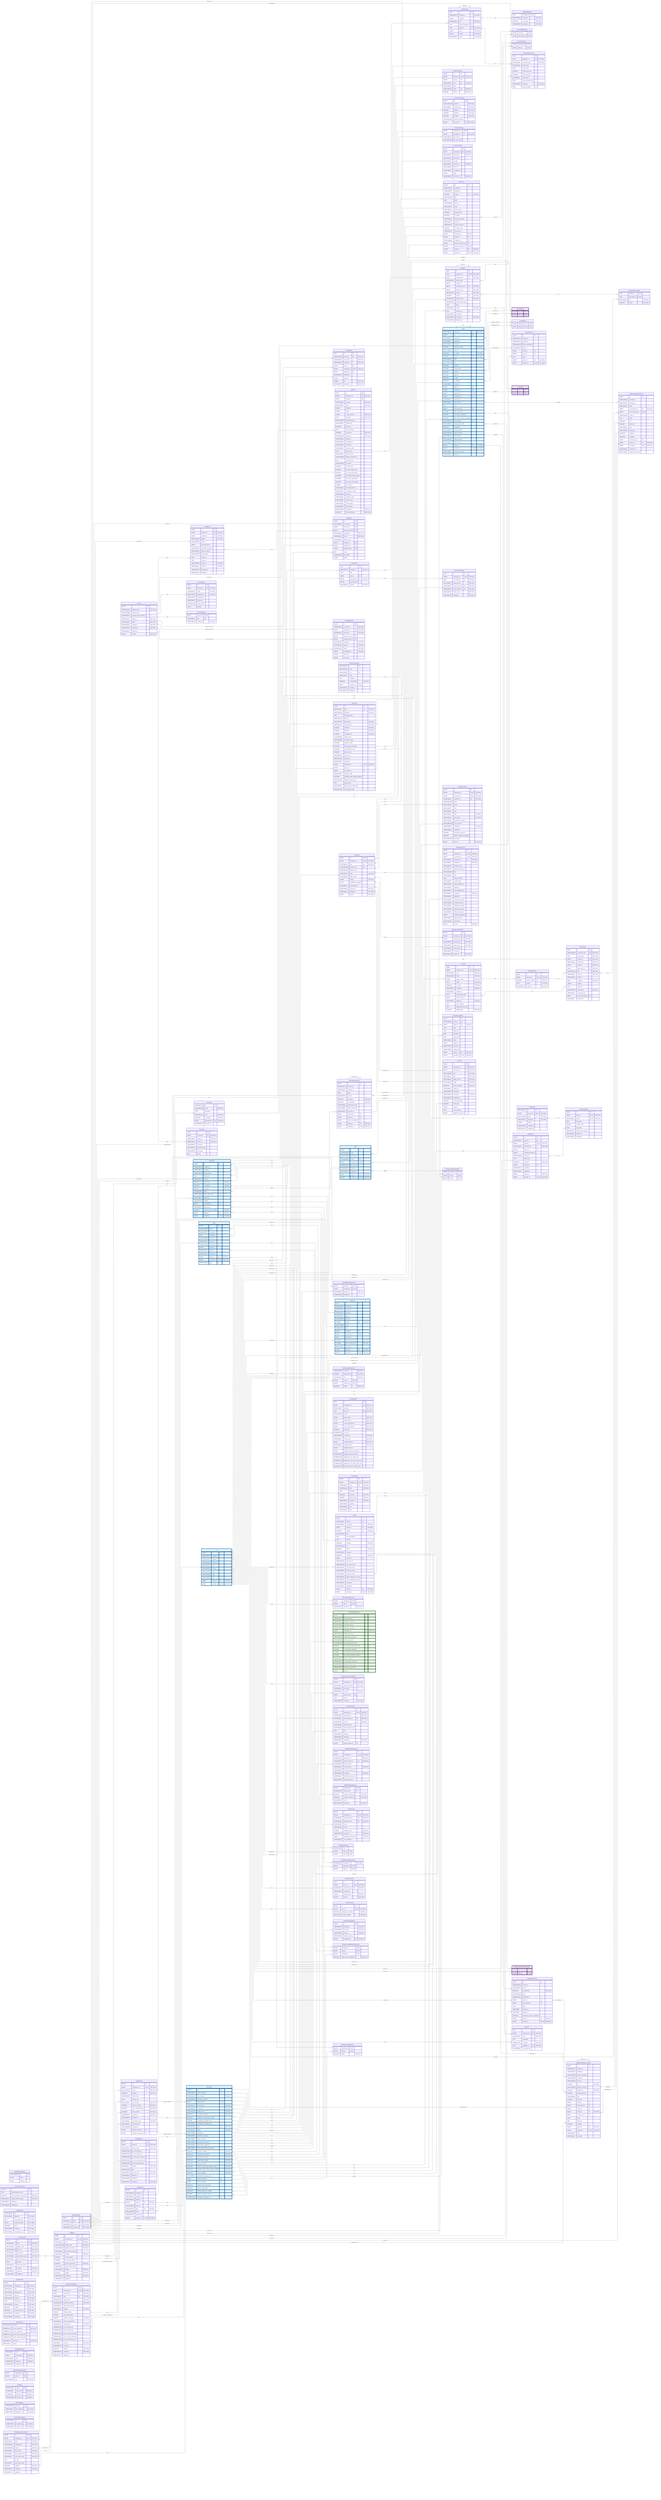
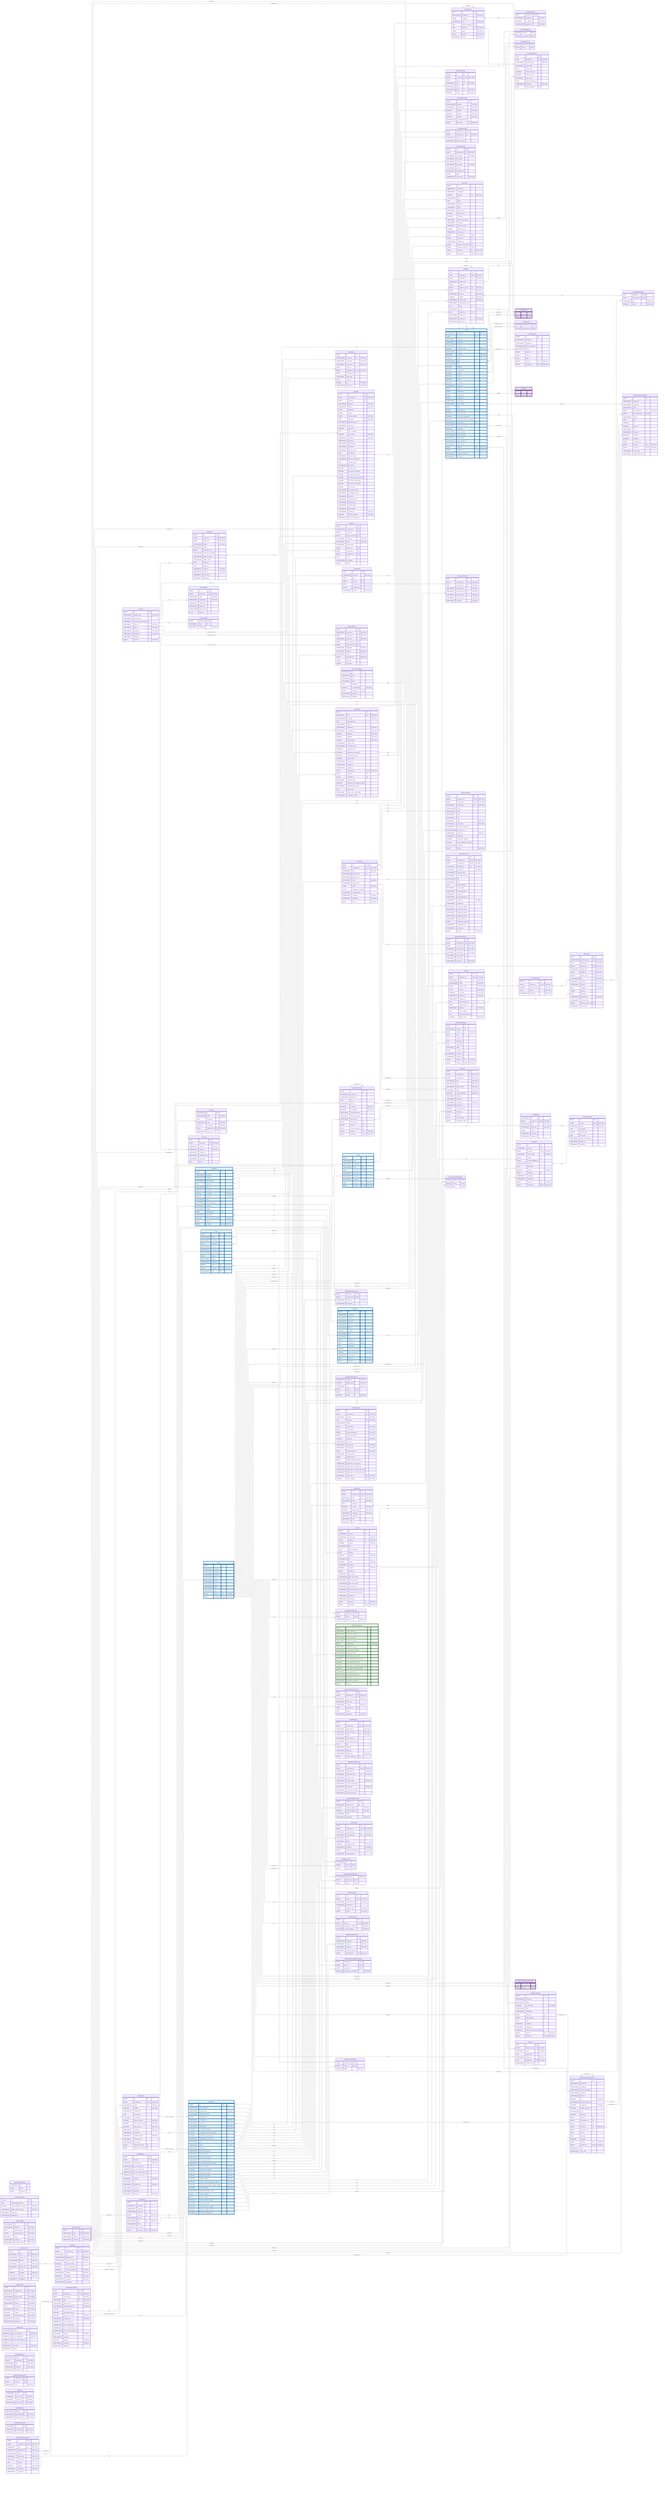
---
config:
    layout: elk
---
erDiagram
    %% Generated automatically from PostgreSQL database schema
    %% using scripts/generate-mermaid-erd.ts
    %% To regenerate: pnpm run db:generate-erd-docs

    direction LR

    Account {
        BIGINT id PK
        VARCHAR(255) display_name "NOT NULL"
        USER-DEFINED primary_email
        TIMESTAMPTZ primary_email_verified_at
        VARCHAR(16) app_role "NOT NULL"
        VARCHAR(16) status "NOT NULL"
        TIMESTAMPTZ created_at "NOT NULL"
        TIMESTAMPTZ updated_at "NOT NULL"
        TIMESTAMPTZ deleted_at
        BIGINT version "NOT NULL"
    }

    AccountExport {
        BIGINT id PK
        BIGINT account_id FK "NOT NULL"
        VARCHAR(16) status "NOT NULL"
        TIMESTAMPTZ requested_at "NOT NULL"
        TIMESTAMPTZ completed_at
        TIMESTAMPTZ expires_at
        VARCHAR(128) failure_reason
        BYTEA payload
    }

    AccountFeature {
        BIGINT account_id PK,FK
        VARCHAR(64) flag PK
        TIMESTAMPTZ enabled_at "NOT NULL"
    }

    ActivityEvent {
        UUID id PK
        VARCHAR(255) event_key UK "NOT NULL"
        VARCHAR(64) event_type "NOT NULL"
        TIMESTAMPTZ occurred_at "NOT NULL"
        BIGINT actor_id FK
        BIGINT workspace_id FK,UK "NOT NULL"
        BIGINT repository_id FK
        VARCHAR(32) target_type
        BIGINT target_id
        DOUBLE xp "NOT NULL"
        TIMESTAMPTZ ingested_at "NOT NULL"
    }

    AgentConfig {
        BIGINT id PK
        BIGINT workspace_id FK,UK "NOT NULL"
        VARCHAR(100) name UK "NOT NULL"
        BOOLEAN enabled "NOT NULL"
        VARCHAR(128) model_name
        TEXT llm_api_key
-         VARCHAR(32) llm_provider "NOT NULL"
+         VARCHAR(32) llm_provider
        INTEGER timeout_seconds "NOT NULL"
        INTEGER max_concurrent_jobs "NOT NULL"
        BOOLEAN allow_internet "NOT NULL"
        TIMESTAMPTZ created_at "NOT NULL"
        TIMESTAMPTZ updated_at
        VARCHAR(16) credential_mode "NOT NULL"
        VARCHAR(50) model_version
        VARCHAR(2048) llm_base_url
        BIGINT instance_model_id FK
        BIGINT workspace_model_id FK
    }

    AgentJob {
        UUID id PK
        BIGINT workspace_id FK "NOT NULL"
        BIGINT config_id FK
        VARCHAR(50) job_type "NOT NULL"
        VARCHAR(20) status "NOT NULL"
        JSONB metadata
        JSONB output
        JSONB config_snapshot "NOT NULL"
        TEXT job_token UK "NOT NULL"
        VARCHAR(255) idempotency_key
        VARCHAR(64) container_id
        INTEGER exit_code
        TEXT error_message
        INTEGER retry_count "NOT NULL"
        TIMESTAMPTZ created_at "NOT NULL"
        TIMESTAMPTZ started_at
        TIMESTAMPTZ completed_at
        VARCHAR(64) network_id
        VARCHAR(64) job_token_hash
        TEXT llm_api_key
        VARCHAR(20) delivery_status
        VARCHAR(255) delivery_comment_id
        TEXT container_logs
        VARCHAR(100) llm_model
        INTEGER llm_total_calls
        INTEGER llm_total_input_tokens
        INTEGER llm_total_output_tokens
        INTEGER llm_total_reasoning_tokens
        INTEGER llm_cache_read_tokens
        INTEGER llm_cache_write_tokens
        DOUBLE llm_cost_usd
        VARCHAR(50) llm_model_version
        VARCHAR(32) cancellation_reason
        VARCHAR(255) worker_id
        VARCHAR(48) integration_kind
        VARCHAR(48) subject_class
        VARCHAR(64) prompt_digest
        VARCHAR(64) inputs_digest
        TIMESTAMPTZ available_at "NOT NULL"
        SMALLINT delivery_attempts "NOT NULL"
+         TIMESTAMPTZ execution_started_at
    }

    AuthEvent {
        BIGINT id PK
        TIMESTAMPTZ occurred_at PK
        BIGINT account_id FK
        BIGINT acting_account_id FK
        VARCHAR(48) event_type "NOT NULL"
        VARCHAR(16) result "NOT NULL"
        VARCHAR(64) failure_reason
        BIGINT provider_id FK
        BIGINT workspace_id FK
        BIGINT identity_link_id FK
        INET ip_inet
        VARCHAR(512) user_agent
        JSONB details
    }

    AuthRateLimitBucket {
        VARCHAR(255) id PK
        BYTEA state
        BIGINT expires_at
    }

    ChatMessage {
        UUID id PK
        TIMESTAMPTZ created_at "NOT NULL"
        JSONB metadata
        VARCHAR(16) role "NOT NULL"
        UUID parent_message_id FK
        UUID thread_id FK "NOT NULL"
        JSONB parts "NOT NULL"
        BIGINT version "NOT NULL"
        VARCHAR(16) status "NOT NULL"
    }

    ChatMessageVote {
        UUID message_id PK,FK
        TIMESTAMPTZ created_at "NOT NULL"
        BOOLEAN is_upvoted "NOT NULL"
        TIMESTAMPTZ updated_at "NOT NULL"
    }

    ChatThread {
        UUID id PK
        TIMESTAMPTZ created_at "NOT NULL"
        TEXT title
        BIGINT user_id FK
        BIGINT workspace_id FK "NOT NULL"
        BYTEA session_jsonl
        VARCHAR(16) surface "NOT NULL"
    }

    CommitContributor {
        BIGINT id PK
        BIGINT commit_id FK,UK "NOT NULL"
        BIGINT user_id FK
        VARCHAR(32) role UK "NOT NULL"
        VARCHAR(255) name
        VARCHAR(255) email UK "NOT NULL"
        INTEGER ordinal "NOT NULL"
    }

    CommitFileChange {
        BIGINT id PK
        VARCHAR(1024) filename "NOT NULL"
        VARCHAR(32) change_type "NOT NULL"
        INTEGER additions "NOT NULL"
        INTEGER deletions "NOT NULL"
        INTEGER changes "NOT NULL"
        VARCHAR(1024) previous_filename
        BIGINT commit_id FK "NOT NULL"
    }

    CommitPullRequest {
        BIGINT commit_id PK,FK
        BIGINT pull_request_id PK,FK
    }

    ConfigAuditEvent {
        BIGINT id PK
        TIMESTAMPTZ occurred_at "NOT NULL"
        BIGINT workspace_id FK "NOT NULL"
        VARCHAR(16) actor_kind "NOT NULL"
        BIGINT actor_account_id FK
        BIGINT acting_account_id FK
        VARCHAR(48) entity_type "NOT NULL"
        VARCHAR(64) entity_id "NOT NULL"
        VARCHAR(16) action "NOT NULL"
        ARRAY changed_keys "NOT NULL"
        JSONB old_value
        JSONB new_value
    }

    Connection {
        BIGINT id PK,UK
        BIGINT workspace_id FK,UK "NOT NULL"
        VARCHAR(48) kind UK "NOT NULL"
        VARCHAR(128) instance_key UK
        VARCHAR(256) display_name
        VARCHAR(32) state "NOT NULL"
        VARCHAR(512) state_reason
        JSONB config "NOT NULL"
        BYTEA credentials_encrypted
        VARCHAR(64) credentials_alg
        TIMESTAMPTZ created_at "NOT NULL"
        TIMESTAMPTZ updated_at "NOT NULL"
        BIGINT version "NOT NULL"
    }

    ConnectionActivity {
        BIGINT connection_id PK,FK
        BIGINT workspace_id FK "NOT NULL"
        TIMESTAMPTZ last_event_at
        VARCHAR(128) last_event_type
    }

    ConnectionAudit {
        BIGINT id PK
        BIGINT connection_id FK "NOT NULL"
        VARCHAR(48) event_type "NOT NULL"
        VARCHAR(32) from_state
        VARCHAR(32) to_state
        VARCHAR(32) actor_kind "NOT NULL"
        VARCHAR(256) actor_ref
        VARCHAR(64) correlation_id
        JSONB detail
        TIMESTAMPTZ occurred_at "NOT NULL"
    }

    Discussion {
        BIGINT id PK
        TIMESTAMPTZ created_at
        TIMESTAMPTZ updated_at
        INTEGER number UK "NOT NULL"
        VARCHAR(1024) title
        TEXT body
        VARCHAR(512) html_url
        VARCHAR(16) state
        VARCHAR(32) state_reason
        INTEGER upvote_count
        BOOLEAN is_locked
        VARCHAR(32) active_lock_reason
        TIMESTAMPTZ closed_at
        TIMESTAMPTZ answer_chosen_at
        INTEGER comment_count
        TIMESTAMPTZ last_sync_at
        BIGINT repository_id FK,UK
        BIGINT author_id FK
        VARCHAR(128) category_id FK
        BIGINT answer_chosen_by_id FK
        BIGINT answer_comment_id FK,UK
        BIGINT native_id UK "NOT NULL"
        BIGINT provider_id FK,UK "NOT NULL"
    }

    DiscussionCategory {
        VARCHAR(128) id PK
        VARCHAR(255) name
        VARCHAR(128) slug UK
        VARCHAR(32) emoji
        TEXT description
        BOOLEAN is_answerable "NOT NULL"
        BIGINT repository_id FK,UK
        TIMESTAMPTZ created_at
        TIMESTAMPTZ updated_at
    }

    DiscussionComment {
        BIGINT id PK
        TIMESTAMPTZ created_at
        TIMESTAMPTZ updated_at
        TEXT body
        VARCHAR(512) html_url
        BOOLEAN is_answer "NOT NULL"
        BOOLEAN is_minimized "NOT NULL"
        VARCHAR(64) minimized_reason
        VARCHAR(32) author_association
        TIMESTAMPTZ last_sync_at
        BIGINT discussion_id FK
        BIGINT author_id FK
        BIGINT parent_comment_id FK
        BIGINT native_id UK "NOT NULL"
        BIGINT provider_id FK,UK "NOT NULL"
    }

    DiscussionLabel {
        BIGINT discussion_id PK,FK
        BIGINT label_id PK,FK
    }

    Feedback {
        UUID id PK
        UUID agent_job_id FK,UK "NOT NULL"
        BIGINT workspace_id FK "NOT NULL"
        VARCHAR(32) artifact_type
        BIGINT artifact_id
        BIGINT recipient_user_id FK "NOT NULL"
        BIGINT about_user_id FK "NOT NULL"
        VARCHAR(32) channel "NOT NULL"
        INTEGER position UK "NOT NULL"
        VARCHAR(16) delivery_state "NOT NULL"
        VARCHAR(32) suppression_reason
        TEXT body
        VARCHAR(16) source "NOT NULL"
        UUID replaces_id FK
        VARCHAR(64) thread_key
        TIMESTAMPTZ created_at "NOT NULL"
        TIMESTAMPTZ delivered_at
    }

    FeedbackObservation {
        UUID feedback_id PK,FK
        UUID observation_id PK,FK
        VARCHAR(16) role "NOT NULL"
        INTEGER ordinal "NOT NULL"
    }

    FeedbackPlacement {
        UUID id PK
        UUID feedback_id FK "NOT NULL"
        VARCHAR(32) placement_type "NOT NULL"
        VARCHAR(16) anchor_kind
        TEXT anchor_path
        INTEGER anchor_start_line
        INTEGER anchor_end_line
        VARCHAR(8) anchor_side
        TEXT posted_comment_ref
        TIMESTAMPTZ created_at "NOT NULL"
        UUID chat_message_id FK
    }

    GitCommit {
        BIGINT id PK
        VARCHAR(40) sha UK "NOT NULL"
        VARCHAR(1024) message "NOT NULL"
        TEXT message_body
        VARCHAR(512) html_url
        TIMESTAMPTZ authored_at "NOT NULL"
        TIMESTAMPTZ committed_at "NOT NULL"
        INTEGER additions "NOT NULL"
        INTEGER deletions "NOT NULL"
        INTEGER changed_files "NOT NULL"
        VARCHAR(255) author_email
        VARCHAR(255) committer_email
        BOOLEAN signature_valid
        BOOLEAN authored_by_committer
        BOOLEAN committed_via_web
        INTEGER parent_count
        TIMESTAMPTZ last_sync_at
        TIMESTAMPTZ created_at
        TIMESTAMPTZ updated_at
        BIGINT repository_id FK,UK "NOT NULL"
        BIGINT author_id FK
        BIGINT committer_id FK
        VARCHAR(32) signature_state
        BOOLEAN signature_was_signed_by_github
        VARCHAR(255) signature_signer_login
        TEXT parent_shas
        VARCHAR(32) status_check_rollup_state
        VARCHAR(255) on_behalf_of_login
    }

    IdentityLink {
        BIGINT id PK
        BIGINT account_id FK "NOT NULL"
        BIGINT provider_id FK "NOT NULL"
        VARCHAR(255) subject "NOT NULL"
        VARCHAR(255) team_id
        BIGINT external_actor_id
        VARCHAR(255) username_at_signup
        VARCHAR(320) email_at_signup
        VARCHAR(255) display_name
        TEXT avatar_url
        TEXT profile_url
        TIMESTAMPTZ linked_at "NOT NULL"
        VARCHAR(16) linked_via "NOT NULL"
        TIMESTAMPTZ last_login_at
        TIMESTAMPTZ disabled_at
    }

    IdentityProvider {
        BIGINT id PK
        VARCHAR(10) type UK "NOT NULL"
        VARCHAR(512) server_url UK "NOT NULL"
        TIMESTAMPTZ created_at "NOT NULL"
    }

    InstanceLlmSetting {
        SMALLINT id PK
        TEXT allowed_egress_hosts
        BOOLEAN allow_workspace_connections "NOT NULL"
        VARCHAR(16) default_unpriced_policy "NOT NULL"
        TIMESTAMPTZ updated_at
        VARCHAR(255) updated_by
    }

    Issue {
        VARCHAR(31) issue_type UK "NOT NULL"
        BIGINT id PK
        TIMESTAMPTZ created_at
        TIMESTAMPTZ updated_at
        TIMESTAMPTZ closed_at
        INTEGER comments_count "NOT NULL"
        VARCHAR(255) html_url
        BOOLEAN is_locked "NOT NULL"
        INTEGER number UK "NOT NULL"
        VARCHAR(255) state
        VARCHAR(1024) title
        INTEGER additions
        INTEGER changed_files
        INTEGER commits
        INTEGER deletions
        BOOLEAN is_draft
        BOOLEAN is_merged
        TIMESTAMPTZ merged_at
        BIGINT author_id FK
        BIGINT milestone_id FK
        BIGINT repository_id FK,UK
        BIGINT merged_by_id FK
        TIMESTAMPTZ last_sync_at
        VARCHAR(32) state_reason
        TEXT body
        BIGINT parent_issue_id FK
        INTEGER sub_issues_total
        INTEGER sub_issues_completed
        INTEGER sub_issues_percent_completed
        VARCHAR(128) issue_type_id FK
        VARCHAR(255) merge_state_status
        BOOLEAN mergeable
        VARCHAR(255) review_decision
        VARCHAR(255) head_ref_name
        VARCHAR(40) head_ref_oid
        VARCHAR(255) base_ref_name
        VARCHAR(40) base_ref_oid
        BIGINT native_id UK "NOT NULL"
        BIGINT provider_id FK,UK "NOT NULL"
        VARCHAR(40) merge_commit_sha
        TIMESTAMPTZ deleted_at
    }

    IssueAssignee {
        BIGINT issue_id PK,FK
        BIGINT user_id PK,FK
    }

    IssueBlocking {
        BIGINT blocked_issue_id PK,FK
        BIGINT blocking_issue_id PK,FK
    }

    IssueComment {
        BIGINT id PK
        TIMESTAMPTZ created_at
        TIMESTAMPTZ updated_at
        VARCHAR(255) author_association
        VARCHAR(255) html_url
        BIGINT author_id FK
        BIGINT issue_id FK
        TEXT body
        BIGINT native_id UK "NOT NULL"
        BIGINT provider_id FK,UK "NOT NULL"
    }

    IssueLabel {
        BIGINT issue_id PK,FK
        BIGINT label_id PK,FK
    }

    IssueType {
        VARCHAR(128) id PK
        VARCHAR(128) name "NOT NULL"
        TEXT description
        VARCHAR(20) color "NOT NULL"
        BOOLEAN is_enabled "NOT NULL"
        BIGINT organization_id FK "NOT NULL"
        TIMESTAMPTZ last_sync_at
    }

    IssuedJwt {
        UUID jti PK
        BIGINT account_id FK "NOT NULL"
        TIMESTAMPTZ issued_at "NOT NULL"
        TIMESTAMPTZ expires_at "NOT NULL"
        TIMESTAMPTZ revoked_at
        VARCHAR(32) revoked_reason
        VARCHAR(512) user_agent
        INET ip_inet
    }

    JwtSigningKey {
        VARCHAR(64) kid PK
        VARCHAR(16) algorithm "NOT NULL"
        TEXT public_key_pem "NOT NULL"
        BYTEA private_key_pem "NOT NULL"
        BOOLEAN active "NOT NULL"
        TIMESTAMPTZ created_at "NOT NULL"
        VARCHAR(64) encryption_key_id "NOT NULL"
    }

    Label {
        BIGINT id PK
        VARCHAR(255) color
        VARCHAR(255) description
        VARCHAR(255) name UK
        BIGINT repository_id FK,UK
        TIMESTAMPTZ last_sync_at
        TIMESTAMPTZ created_at
        TIMESTAMPTZ updated_at
        BIGINT native_id UK "NOT NULL"
        BIGINT provider_id FK,UK "NOT NULL"
    }

    LlmConnection {
        BIGINT id PK
        VARCHAR(64) slug UK "NOT NULL"
        VARCHAR(128) display_name "NOT NULL"
        VARCHAR(2048) base_url "NOT NULL"
        VARCHAR(40) api_protocol "NOT NULL"
-         VARCHAR(64) auth_header_name "NOT NULL"
-         VARCHAR(16) auth_value_prefix "NOT NULL"
+         VARCHAR(16) auth_mode "NOT NULL"
        TEXT api_key
-         VARCHAR(32) azure_api_version
        BOOLEAN enabled "NOT NULL"
        TIMESTAMPTZ created_at "NOT NULL"
        TIMESTAMPTZ updated_at
    }

    LlmModel {
        BIGINT id PK
        BIGINT connection_id FK,UK "NOT NULL"
        VARCHAR(64) slug UK "NOT NULL"
        VARCHAR(128) display_name "NOT NULL"
        VARCHAR(256) upstream_model_id "NOT NULL"
-         VARCHAR(40) api_protocol_override
-         VARCHAR(16) modality "NOT NULL"
        INTEGER context_window
        INTEGER max_output_tokens
        BOOLEAN supports_reasoning "NOT NULL"
-         VARCHAR(16) cache_control_format
        VARCHAR(16) visibility "NOT NULL"
        BOOLEAN enabled "NOT NULL"
        TIMESTAMPTZ created_at "NOT NULL"
        TIMESTAMPTZ updated_at
    }

    LlmModelPrice {
        BIGINT id PK
        BIGINT model_id FK "NOT NULL"
        VARCHAR(16) pricing_mode "NOT NULL"
        NUMERIC(18,8) per_1m_input_usd
        NUMERIC(18,8) per_1m_output_usd
        NUMERIC(18,8) per_1m_cache_read_usd
        NUMERIC(18,8) per_1m_cache_write_usd
-         NUMERIC(18,8) per_1m_reasoning_usd
        VARCHAR(3) currency "NOT NULL"
        VARCHAR(500) note
        TIMESTAMPTZ effective_from "NOT NULL"
        TIMESTAMPTZ effective_to
        VARCHAR(255) created_by
        TIMESTAMPTZ created_at "NOT NULL"
    }

    LlmModelWorkspaceGrant {
        BIGINT model_id PK,FK
        BIGINT workspace_id PK,FK
        TIMESTAMPTZ granted_at "NOT NULL"
        VARCHAR(255) granted_by
    }

    LlmUsageEvent {
        UUID id PK
        BIGINT workspace_id FK "NOT NULL"
        VARCHAR(40) job_type "NOT NULL"
        UUID source_id UK "NOT NULL"
        VARCHAR(128) model
        BIGINT input_tokens "NOT NULL"
        BIGINT output_tokens "NOT NULL"
        BIGINT cache_read_tokens "NOT NULL"
        BIGINT cache_write_tokens "NOT NULL"
        INTEGER total_calls "NOT NULL"
        NUMERIC(18,6) cost_usd
        TIMESTAMPTZ occurred_at "NOT NULL"
        VARCHAR(16) pricing_state "NOT NULL"
        BIGINT reasoning_tokens "NOT NULL"
        VARCHAR(16) funding_source "NOT NULL"
        BIGINT applied_price_id
        BIGINT applied_workspace_model_id
        NUMERIC(18,8) applied_per_1m_input_usd
        NUMERIC(18,8) applied_per_1m_output_usd
        NUMERIC(18,8) applied_per_1m_cache_read_usd
        NUMERIC(18,8) applied_per_1m_cache_write_usd
-         NUMERIC(18,8) applied_per_1m_reasoning_usd
+         VARCHAR(20) source_type UK "NOT NULL"
+         INTEGER source_attempt UK "NOT NULL"
    }

    LoginProvider {
        BIGINT id PK
        VARCHAR(64) registration_id UK "NOT NULL"
        VARCHAR(10) type UK "NOT NULL"
        VARCHAR(255) display_name "NOT NULL"
        VARCHAR(512) base_url UK "NOT NULL"
        VARCHAR(512) client_id "NOT NULL"
        TEXT client_secret "NOT NULL"
        VARCHAR(512) scopes "NOT NULL"
        BOOLEAN enabled "NOT NULL"
        BOOLEAN seeded_from_env "NOT NULL"
        TIMESTAMPTZ created_at "NOT NULL"
        TIMESTAMPTZ updated_at "NOT NULL"
    }

    MentorSlackThread {
        UUID id PK
        BIGINT workspace_id FK,UK "NOT NULL"
        UUID chat_thread_id FK "NOT NULL"
        VARCHAR(32) slack_team_id "NOT NULL"
        VARCHAR(32) slack_channel_id UK "NOT NULL"
        VARCHAR(32) slack_thread_ts UK "NOT NULL"
        VARCHAR(32) slack_user_id "NOT NULL"
        TIMESTAMPTZ created_at "NOT NULL"
    }

    Milestone {
        BIGINT id PK
        TIMESTAMPTZ created_at
        TIMESTAMPTZ updated_at
        TIMESTAMPTZ closed_at
        TIMESTAMPTZ due_on
        VARCHAR(255) html_url
        INTEGER number UK "NOT NULL"
        VARCHAR(255) state
        VARCHAR(255) title
        BIGINT creator_id FK
        BIGINT repository_id FK,UK
        TEXT description
        INTEGER closed_issues_count "NOT NULL"
        INTEGER open_issues_count "NOT NULL"
        TIMESTAMPTZ last_sync_at
        BIGINT native_id UK "NOT NULL"
        BIGINT provider_id FK,UK "NOT NULL"
    }

    ModelPricing {
        VARCHAR(128) model_id PK
        NUMERIC(12,6) per_1k_input_usd "NOT NULL"
        NUMERIC(12,6) per_1k_output_usd "NOT NULL"
        NUMERIC(12,6) per_1k_cache_read_usd
        NUMERIC(12,6) per_1k_cache_write_usd
        TIMESTAMPTZ valid_from "NOT NULL"
        TIMESTAMPTZ valid_to
    }

    OauthStateNonce {
        VARCHAR(32) nonce PK
        BIGINT workspace_id "NOT NULL"
        VARCHAR(48) kind "NOT NULL"
        TIMESTAMPTZ issued_at "NOT NULL"
        TIMESTAMPTZ consumed_at
    }

    Observation {
        UUID id PK
        VARCHAR(255) occurrence_key UK "NOT NULL"
        UUID agent_job_id "NOT NULL"
        BIGINT practice_id FK "NOT NULL"
        VARCHAR(32) artifact_type "NOT NULL"
        BIGINT artifact_id "NOT NULL"
        BIGINT about_user_id FK "NOT NULL"
        VARCHAR(255) title "NOT NULL"
        VARCHAR(16) presence "NOT NULL"
        VARCHAR(16) severity
        REAL confidence "NOT NULL"
        JSONB evidence
        TEXT reasoning
        TIMESTAMPTZ observed_at "NOT NULL"
        VARCHAR(64) recurrence_key
        BIGINT practice_revision_id FK
        VARCHAR(8) assessment
    }

    Organization {
        BIGINT id PK
        TIMESTAMPTZ created_at
        TIMESTAMPTZ updated_at
        VARCHAR(255) avatar_url
        BIGINT native_id UK "NOT NULL"
        VARCHAR(255) html_url
        VARCHAR(255) login UK "NOT NULL"
        VARCHAR(255) name
        TIMESTAMPTZ last_sync_at
        BIGINT provider_id FK,UK "NOT NULL"
    }

    OrganizationMembership {
        BIGINT organization_id PK
        BIGINT user_id PK
        VARCHAR(32) role "NOT NULL"
    }

    OutlineCollection {
        BIGINT id PK
        BIGINT workspace_id FK,UK "NOT NULL"
        BIGINT connection_id FK,UK "NOT NULL"
        VARCHAR(64) collection_id UK "NOT NULL"
        VARCHAR(1024) name
        VARCHAR(512) url_id
        VARCHAR(32) color
        VARCHAR(64) icon
        VARCHAR(16) state "NOT NULL"
        VARCHAR(16) sync_status "NOT NULL"
        TIMESTAMPTZ documents_synced_at
        VARCHAR(2048) last_sync_error
        TIMESTAMPTZ created_at "NOT NULL"
        TIMESTAMPTZ updated_at
        INTEGER documents_upstream
        INTEGER exports_skipped_for_budget
        VARCHAR(2048) description
        BIGINT version "NOT NULL"
    }

    OutlineDocument {
        BIGINT id PK
        BIGINT workspace_id FK,UK "NOT NULL"
        BIGINT connection_id FK,UK "NOT NULL"
        VARCHAR(64) document_id UK "NOT NULL"
        VARCHAR(64) collection_id "NOT NULL"
        VARCHAR(512) collection_slug
        VARCHAR(64) parent_document_id
        VARCHAR(1024) title
        VARCHAR(512) slug
        TEXT body_markdown
        VARCHAR(64) content_hash
        TIMESTAMPTZ outline_updated_at
        TIMESTAMPTZ deleted_at
        TIMESTAMPTZ last_materialized_at
        TIMESTAMPTZ created_at "NOT NULL"
        TIMESTAMPTZ updated_at
        VARCHAR(64) created_by_subject
        VARCHAR(255) created_by_name
        VARCHAR(64) updated_by_subject
        VARCHAR(255) updated_by_name
        TIMESTAMPTZ outline_created_at
        JSONB collaborator_subjects
        TIMESTAMPTZ body_evicted_at
        TIMESTAMPTZ archived_at
        BIGINT version "NOT NULL"
    }

    OutlineDocumentEvent {
        BIGINT id PK
        BIGINT workspace_id FK "NOT NULL"
        BIGINT connection_id FK "NOT NULL"
        VARCHAR(64) document_id "NOT NULL"
        VARCHAR(64) event_name "NOT NULL"
        VARCHAR(64) actor_subject
        TIMESTAMPTZ occurred_at
        TIMESTAMPTZ created_at "NOT NULL"
    }

    Practice {
        BIGINT id PK
        BIGINT workspace_id FK,UK "NOT NULL"
        VARCHAR(64) slug UK "NOT NULL"
        VARCHAR(128) name "NOT NULL"
        JSONB trigger_events "NOT NULL"
        TEXT criteria "NOT NULL"
        BOOLEAN is_active "NOT NULL"
        TIMESTAMPTZ created_at "NOT NULL"
        TIMESTAMPTZ updated_at
        TEXT precompute_script
        BIGINT practice_area_id FK
        VARCHAR(32) applies_to "NOT NULL"
        TEXT why_it_matters
        TEXT what_good_looks_like
        INTEGER display_order "NOT NULL"
    }

    PracticeArea {
        BIGINT id PK
        BIGINT workspace_id FK,UK "NOT NULL"
        VARCHAR(64) slug UK "NOT NULL"
        VARCHAR(128) name "NOT NULL"
        TEXT description
        BOOLEAN is_active "NOT NULL"
        INTEGER display_order "NOT NULL"
        TIMESTAMPTZ created_at "NOT NULL"
        TIMESTAMPTZ updated_at
        VARCHAR(64) icon
        VARCHAR(32) color
    }

    PracticeRevision {
        BIGINT id PK
        BIGINT practice_id FK,UK "NOT NULL"
        INTEGER revision_number UK "NOT NULL"
        TEXT criteria "NOT NULL"
        TIMESTAMPTZ created_at "NOT NULL"
    }

    Project {
        BIGINT id PK
        VARCHAR(64) node_id UK
        VARCHAR(32) owner_type UK "NOT NULL"
        BIGINT owner_id UK "NOT NULL"
        INTEGER number UK "NOT NULL"
        VARCHAR(256) title
        TEXT short_description
        TEXT readme
        BOOLEAN template "NOT NULL"
        VARCHAR(512) url
        BOOLEAN closed "NOT NULL"
        TIMESTAMPTZ closed_at
        BOOLEAN is_public "NOT NULL"
        BIGINT creator_id FK
        TIMESTAMPTZ last_sync_at
        VARCHAR(256) item_sync_cursor
        TIMESTAMPTZ items_synced_at
        VARCHAR(256) field_sync_cursor
        TIMESTAMPTZ fields_synced_at
        VARCHAR(256) status_update_sync_cursor
        TIMESTAMPTZ status_updates_synced_at
        TIMESTAMPTZ created_at
        TIMESTAMPTZ updated_at
        BIGINT native_id UK "NOT NULL"
        BIGINT provider_id FK,UK "NOT NULL"
    }

    ProjectField {
        VARCHAR(64) id PK
        BIGINT project_id FK,UK "NOT NULL"
        VARCHAR(256) name UK "NOT NULL"
        VARCHAR(32) data_type "NOT NULL"
        JSONB options
        TIMESTAMPTZ created_at
        TIMESTAMPTZ updated_at
    }

    ProjectFieldValue {
        BIGINT id PK
        BIGINT item_id FK,UK "NOT NULL"
        VARCHAR(64) field_id FK,UK "NOT NULL"
        TEXT text_value
        DOUBLE number_value
        DATE date_value
        VARCHAR(64) single_select_option_id
        VARCHAR(64) iteration_id
        TIMESTAMPTZ updated_at
    }

    ProjectItem {
        BIGINT id PK
        VARCHAR(64) node_id UK
        BIGINT project_id FK,UK "NOT NULL"
        VARCHAR(32) content_type "NOT NULL"
        BIGINT issue_id FK
        BIGINT content_database_id
        VARCHAR(1024) draft_title
        TEXT draft_body
        BOOLEAN archived "NOT NULL"
        BIGINT creator_id FK
        TIMESTAMPTZ created_at
        TIMESTAMPTZ updated_at
        BIGINT native_id UK "NOT NULL"
        BIGINT provider_id FK,UK "NOT NULL"
    }

    ProjectStatusUpdate {
        BIGINT id PK
        VARCHAR(64) node_id UK
        BIGINT project_id FK "NOT NULL"
        TEXT body
        TEXT body_html
        DATE start_date
        DATE target_date
        VARCHAR(32) status
        BIGINT creator_id FK
        TIMESTAMPTZ created_at
        TIMESTAMPTZ updated_at
        BIGINT native_id UK "NOT NULL"
        BIGINT provider_id FK,UK "NOT NULL"
    }

    PullRequestRequestedReviewer {
        BIGINT pull_request_id PK,FK
        BIGINT user_id PK,FK
    }

    PullRequestReview {
        BIGINT id PK
        VARCHAR(255) commit_id
        VARCHAR(255) html_url
        BOOLEAN is_dismissed "NOT NULL"
        VARCHAR(255) state
        TIMESTAMPTZ submitted_at
        BIGINT author_id FK
        BIGINT pull_request_id FK
        TEXT body
        TIMESTAMP created_at
        TIMESTAMP updated_at
        BOOLEAN author_can_push_to_repository
        BIGINT native_id UK "NOT NULL"
        BIGINT provider_id FK,UK "NOT NULL"
    }

    PullRequestReviewComment {
        BIGINT id PK
        TIMESTAMPTZ created_at
        TIMESTAMPTZ updated_at
        VARCHAR(255) author_association
        VARCHAR(255) commit_id
        VARCHAR(255) html_url
        INTEGER line "NOT NULL"
        VARCHAR(255) original_commit_id
        INTEGER original_line "NOT NULL"
        INTEGER original_start_line
        VARCHAR(255) path
        INTEGER start_line
        BIGINT author_id FK
        BIGINT pull_request_id FK
        BIGINT review_id FK
        BIGINT thread_id FK "NOT NULL"
        BIGINT in_reply_to_id FK
        TEXT body
        TEXT diff_hunk
        BOOLEAN outdated
        BIGINT native_id UK "NOT NULL"
        BIGINT provider_id FK,UK "NOT NULL"
        VARCHAR(16) side
        VARCHAR(16) start_side
    }

    PullRequestReviewThread {
        BIGINT id PK
        TIMESTAMPTZ created_at
        TIMESTAMPTZ updated_at
        VARCHAR(20) state
        BIGINT pull_request_id FK "NOT NULL"
        BIGINT root_comment_id FK,UK
        VARCHAR(128) node_id
        TEXT path
        INTEGER line
        INTEGER start_line
        VARCHAR(16) side
        VARCHAR(16) start_side
        BOOLEAN outdated
        BOOLEAN collapsed
        BIGINT resolved_by_id FK
        BIGINT native_id UK "NOT NULL"
        BIGINT provider_id FK,UK "NOT NULL"
        VARCHAR(64) commit_sha
        VARCHAR(64) original_commit_sha
    }

    Reaction {
        UUID id PK
        BIGINT reactor_user_id FK "NOT NULL"
        VARCHAR(16) action "NOT NULL"
        TEXT explanation
        TIMESTAMPTZ created_at "NOT NULL"
        UUID feedback_id FK "NOT NULL"
        VARCHAR(64) recurrence_key
    }

    Repository {
        BIGINT id PK
        TIMESTAMPTZ created_at
        TIMESTAMPTZ updated_at
        VARCHAR(255) default_branch
        TEXT description
        VARCHAR(512) html_url
        BOOLEAN is_archived "NOT NULL"
        BOOLEAN is_disabled "NOT NULL"
        BOOLEAN is_private "NOT NULL"
        VARCHAR(255) name
        VARCHAR(150) name_with_owner UK
        TIMESTAMPTZ pushed_at
        VARCHAR(255) visibility
        BIGINT organization_id FK
        TIMESTAMPTZ last_sync_at
        BOOLEAN has_discussions_enabled "NOT NULL"
        BIGINT native_id UK "NOT NULL"
        BIGINT provider_id FK,UK "NOT NULL"
    }

    RepositoryCollaborator {
        BIGINT repository_id PK,FK
        BIGINT user_id PK,FK
        VARCHAR(32) permission "NOT NULL"
    }

    RepositoryToMonitor {
        BIGINT id PK
        TIMESTAMPTZ labels_synced_at
        TIMESTAMPTZ milestones_synced_at
        VARCHAR(255) name_with_owner
        TIMESTAMPTZ repository_synced_at
        BIGINT workspace_id FK "NOT NULL"
        TIMESTAMPTZ backfill_last_run_at
        TIMESTAMPTZ collaborators_synced_at
        VARCHAR(255) issue_sync_cursor
        VARCHAR(255) pull_request_sync_cursor
        INTEGER issue_backfill_high_water_mark
        INTEGER issue_backfill_checkpoint
        INTEGER pull_request_backfill_high_water_mark
        INTEGER pull_request_backfill_checkpoint
        TIMESTAMPTZ issues_synced_at
        TIMESTAMPTZ pull_requests_synced_at
        VARCHAR(255) discussion_sync_cursor
        TIMESTAMPTZ discussions_synced_at
        BIGINT native_id
    }

    Shedlock {
        VARCHAR(64) name PK
        TIMESTAMP lock_until "NOT NULL"
        TIMESTAMP locked_at "NOT NULL"
        VARCHAR(255) locked_by "NOT NULL"
    }

    SlackChannelConsentEvent {
        BIGINT id PK
        BIGINT workspace_id FK "NOT NULL"
        VARCHAR(32) slack_channel_id "NOT NULL"
        VARCHAR(16) from_state
        VARCHAR(16) to_state "NOT NULL"
        BIGINT actor_user_id FK
        TEXT reason
        TIMESTAMPTZ created_at "NOT NULL"
    }

    SlackMessage {
        BIGINT id PK
        BIGINT workspace_id FK,UK "NOT NULL"
        VARCHAR(32) slack_team_id "NOT NULL"
        VARCHAR(32) slack_channel_id UK "NOT NULL"
        VARCHAR(32) slack_ts UK "NOT NULL"
        VARCHAR(32) slack_thread_ts
        VARCHAR(32) author_slack_user_id
        TEXT text
        TIMESTAMPTZ edited_at
        TIMESTAMPTZ deleted_at
        TIMESTAMPTZ ingested_at "NOT NULL"
        BIGINT author_member_id FK
    }

    SlackMonitoredChannel {
        BIGINT id PK
        BIGINT workspace_id FK,UK "NOT NULL"
        VARCHAR(32) slack_team_id "NOT NULL"
        VARCHAR(32) slack_channel_id UK "NOT NULL"
        VARCHAR(256) channel_name
        VARCHAR(16) consent_state "NOT NULL"
        TIMESTAMPTZ consent_announced_at
        TIMESTAMPTZ created_at "NOT NULL"
        VARCHAR(32) last_history_synced_ts
        TIMESTAMPTZ history_synced_at
    }

    SlackParticipantConsent {
        BIGINT workspace_id PK,FK
        VARCHAR(32) slack_user_id PK
        BOOLEAN ingestion_opted_out "NOT NULL"
        BOOLEAN research_opted_out "NOT NULL"
        VARCHAR(32) source
        TIMESTAMPTZ decided_at "NOT NULL"
    }

    SlackThread {
        BIGINT id PK
        BIGINT workspace_id FK,UK "NOT NULL"
        VARCHAR(32) slack_channel_id UK "NOT NULL"
        VARCHAR(32) slack_thread_ts UK "NOT NULL"
        VARCHAR(32) first_ts
        VARCHAR(32) last_ts
        INTEGER message_count "NOT NULL"
        TIMESTAMPTZ created_at "NOT NULL"
        ARRAY participant_member_ids "NOT NULL"
        VARCHAR(32) last_reviewed_ts
    }

    SyncJob {
        BIGINT id PK
        BIGINT workspace_id FK "NOT NULL"
        BIGINT connection_id FK "NOT NULL"
        VARCHAR(48) kind "NOT NULL"
        VARCHAR(32) type "NOT NULL"
        VARCHAR(32) trigger_source "NOT NULL"
        VARCHAR(32) status "NOT NULL"
        BOOLEAN cancel_requested "NOT NULL"
        TIMESTAMPTZ started_at
        TIMESTAMPTZ finished_at
        TIMESTAMPTZ created_at "NOT NULL"
        TIMESTAMPTZ heartbeat_at
        INTEGER items_processed
        INTEGER items_total
        JSONB progress
        TEXT error_summary
        BIGINT triggered_by_user_id
    }

    Team {
        BIGINT id PK
        VARCHAR(255) name
        TIMESTAMPTZ created_at
        TEXT description
        VARCHAR(512) html_url
        TIMESTAMPTZ last_sync_at
        VARCHAR(255) organization UK
        BIGINT parent_id
        VARCHAR(32) privacy
        TIMESTAMPTZ updated_at
        BIGINT native_id UK "NOT NULL"
        BIGINT provider_id FK,UK "NOT NULL"
        VARCHAR(512) slug UK
    }

    TeamMembership {
        VARCHAR(32) role
        BIGINT user_id PK,FK
        BIGINT team_id PK,FK
    }

    TeamRepositoryPermission {
        VARCHAR(32) permission "NOT NULL"
        BIGINT repository_id PK,FK
        BIGINT team_id PK,FK
    }

    User {
        BIGINT id PK
        TIMESTAMPTZ created_at
        TIMESTAMPTZ updated_at
        VARCHAR(255) avatar_url
        VARCHAR(255) email
        VARCHAR(255) html_url
        VARCHAR(255) login
        VARCHAR(255) name
        VARCHAR(255) type
        BIGINT native_id UK "NOT NULL"
        BIGINT provider_id FK,UK "NOT NULL"
    }

    UserAchievement {
        UUID id PK
        BIGINT user_id FK,UK "NOT NULL"
        VARCHAR(64) achievement_id UK "NOT NULL"
        TIMESTAMPTZ unlocked_at
        JSONB progress_data "NOT NULL"
        BIGINT version "NOT NULL"
    }

    UserPreference {
        BIGINT id PK
        BIGINT user_id FK,UK "NOT NULL"
        BOOLEAN participate_in_research "NOT NULL"
        BOOLEAN ai_review_enabled "NOT NULL"
    }

    WorkerRegistry {
        VARCHAR(255) worker_id PK
        TIMESTAMPTZ last_heartbeat "NOT NULL"
        TIMESTAMPTZ registered_at "NOT NULL"
    }

    WorkerTokenDenylist {
        VARCHAR(64) jti PK
        TIMESTAMPTZ revoked_at "NOT NULL"
        TIMESTAMPTZ expires_at "NOT NULL"
    }

    Workspace {
        BIGINT id PK
        TIMESTAMPTZ users_synced_at
        VARCHAR(120) account_login "NOT NULL"
        VARCHAR(255) repository_selection
        BIGINT organization_id FK,UK
        VARCHAR(10) account_type "NOT NULL"
        TIMESTAMPTZ created_at "NOT NULL"
        VARCHAR(120) display_name "NOT NULL"
        BOOLEAN is_publicly_viewable "NOT NULL"
        BOOLEAN leaderboard_notification_enabled
        INTEGER leaderboard_schedule_day
        VARCHAR(10) leaderboard_schedule_time
        VARCHAR(64) slug UK "NOT NULL"
        VARCHAR(20) status "NOT NULL"
        TIMESTAMPTZ updated_at
        TIMESTAMPTZ members_synced_at
        TIMESTAMPTZ teams_synced_at
        TIMESTAMPTZ sub_issues_synced_at
        TIMESTAMPTZ issue_types_synced_at
        TIMESTAMPTZ issue_dependencies_synced_at
        BOOLEAN practices_enabled "NOT NULL"
        BOOLEAN achievements_enabled "NOT NULL"
        BOOLEAN leaderboard_enabled "NOT NULL"
        BOOLEAN progression_enabled "NOT NULL"
        BOOLEAN leagues_enabled "NOT NULL"
        BOOLEAN practice_review_auto_trigger_enabled "NOT NULL"
        BOOLEAN practice_review_manual_trigger_enabled "NOT NULL"
        BOOLEAN mentor_enabled "NOT NULL"
        TIMESTAMPTZ leaderboard_league_cycle_at
        BIGINT practice_config_id FK
        BIGINT mentor_config_id FK
        BOOLEAN practice_run_for_all_users
        BOOLEAN practice_skip_drafts
        BOOLEAN practice_deliver_to_merged
        INTEGER practice_cooldown_minutes
        NUMERIC(10,2) monthly_llm_budget_usd
    }

    WorkspaceLlmConnection {
        BIGINT id PK,UK
        BIGINT workspace_id FK,UK "NOT NULL"
        VARCHAR(64) slug UK "NOT NULL"
        VARCHAR(128) display_name "NOT NULL"
        VARCHAR(2048) base_url "NOT NULL"
        VARCHAR(40) api_protocol "NOT NULL"
-         VARCHAR(64) auth_header_name "NOT NULL"
-         VARCHAR(16) auth_value_prefix "NOT NULL"
+         VARCHAR(16) auth_mode "NOT NULL"
        TEXT api_key
-         VARCHAR(32) azure_api_version
        BOOLEAN enabled "NOT NULL"
        TIMESTAMPTZ created_at "NOT NULL"
        TIMESTAMPTZ updated_at
    }

    WorkspaceLlmModel {
        BIGINT id PK,UK
        BIGINT workspace_id FK,UK "NOT NULL"
        BIGINT connection_id FK "NOT NULL"
        VARCHAR(64) slug UK "NOT NULL"
        VARCHAR(128) display_name "NOT NULL"
        VARCHAR(256) upstream_model_id "NOT NULL"
-         VARCHAR(40) api_protocol_override
-         VARCHAR(16) modality "NOT NULL"
        INTEGER context_window
        INTEGER max_output_tokens
        BOOLEAN supports_reasoning "NOT NULL"
-         VARCHAR(16) cache_control_format
        VARCHAR(16) pricing_mode "NOT NULL"
        NUMERIC(18,8) per_1m_input_usd
        NUMERIC(18,8) per_1m_output_usd
        NUMERIC(18,8) per_1m_cache_read_usd
        NUMERIC(18,8) per_1m_cache_write_usd
-         NUMERIC(18,8) per_1m_reasoning_usd
        VARCHAR(3) currency "NOT NULL"
        VARCHAR(500) price_note
        BOOLEAN enabled "NOT NULL"
        TIMESTAMPTZ created_at "NOT NULL"
        TIMESTAMPTZ updated_at
    }

    WorkspaceMembership {
        TIMESTAMPTZ created_at "NOT NULL"
        INTEGER league_points "NOT NULL"
        VARCHAR(16) role "NOT NULL"
        BIGINT user_id PK,FK
        BIGINT workspace_id PK,FK
        BOOLEAN hidden "NOT NULL"
    }

    WorkspaceSlugHistory {
        BIGINT id PK
        TIMESTAMPTZ changed_at "NOT NULL"
        VARCHAR(64) new_slug "NOT NULL"
        VARCHAR(64) old_slug "NOT NULL"
        TIMESTAMPTZ redirect_expires_at
        BIGINT workspace_id FK "NOT NULL"
    }

    WorkspaceTeamLabelFilter {
        BIGINT workspace_id PK,FK
        BIGINT team_id PK,FK
        BIGINT label_id PK,FK
    }

    WorkspaceTeamRepositorySetting {
        BIGINT workspace_id PK,FK
        BIGINT team_id PK,FK
        BIGINT repository_id PK,FK
        BOOLEAN hidden_from_contributions "NOT NULL"
    }

    WorkspaceTeamSetting {
        BIGINT workspace_id PK,FK
        BIGINT team_id PK,FK
        BOOLEAN hidden "NOT NULL"
    }

    %% Relationships
    %% One-to-One relationships
    Account ||--|| AccountFeature : has
    Workspace ||--|| ActivityEvent : has
    Workspace ||--|| AgentConfig : has
    WorkspaceLlmModel ||--|| AgentConfig : has
    ChatMessage ||--|| ChatMessageVote : has
    GitCommit ||--|| CommitContributor : has
    Workspace ||--|| Connection : has
    Repository ||--|| Discussion : has
    DiscussionComment ||--|| Discussion : references
    IdentityProvider ||--|| Discussion : references
    Repository ||--|| DiscussionCategory : has
    IdentityProvider ||--|| DiscussionComment : commented_on
    AgentJob ||--|| Feedback : has
    Repository ||--|| GitCommit : has
    Repository ||--|| Issue : has
    IdentityProvider ||--|| Issue : references
    IdentityProvider ||--|| IssueComment : commented_on
    Repository ||--|| Label : labeled
    IdentityProvider ||--|| Label : labeled
    LlmConnection ||--|| LlmModel : has
    Workspace ||--|| MentorSlackThread : has
    Repository ||--|| Milestone : has
    IdentityProvider ||--|| Milestone : references
    IdentityProvider ||--|| Organization : references
    Workspace ||--|| OutlineCollection : has
    Connection ||--|| OutlineCollection : has
    Workspace ||--|| OutlineDocument : has
    Connection ||--|| OutlineDocument : has
    Workspace ||--|| Practice : has
    Workspace ||--|| PracticeArea : has
    Practice ||--|| PracticeRevision : has
    IdentityProvider ||--|| Project : references
    Project ||--|| ProjectField : has
    ProjectItem ||--|| ProjectFieldValue : has
    ProjectField ||--|| ProjectFieldValue : has
    Project ||--|| ProjectItem : has
    IdentityProvider ||--|| ProjectItem : references
    IdentityProvider ||--|| ProjectStatusUpdate : references
    IdentityProvider ||--|| PullRequestReview : reviewed
    IdentityProvider ||--|| PullRequestReviewComment : commented_on
    PullRequestReviewComment ||--|| PullRequestReviewThread : reviewed
    IdentityProvider ||--|| PullRequestReviewThread : reviewed
    IdentityProvider ||--|| Repository : references
    Workspace ||--|| SlackMessage : has
    Workspace ||--|| SlackMonitoredChannel : has
    Workspace ||--|| SlackParticipantConsent : has
    Workspace ||--|| SlackThread : has
    IdentityProvider ||--|| Team : references
    IdentityProvider ||--|| User : references
    User ||--|| UserAchievement : has
    User ||--|| UserPreference : has
    Organization ||--|| Workspace : has
    Workspace ||--|| WorkspaceLlmConnection : has
    Workspace ||--|| WorkspaceLlmModel : has
    WorkspaceLlmConnection ||--|| WorkspaceLlmModel : has
    User ||--|| WorkspaceMembership : belongs_to
    Workspace ||--|| WorkspaceMembership : belongs_to

    %% One-to-Many relationships
    Account ||--o{ AccountExport : has
    User ||--o{ ActivityEvent : references
    Repository ||--o{ ActivityEvent : has
    LlmModel ||--o{ AgentConfig : references
    WorkspaceLlmModel ||--o{ AgentConfig : workspace_model_id
    WorkspaceLlmModel ||--o{ AgentConfig : workspace_model_id
    Workspace ||--o{ AgentJob : has
    AgentConfig ||--o{ AgentJob : has
    Account ||--o{ AuthEvent : account_id
    Account ||--o{ AuthEvent : acting_account_id
    IdentityProvider ||--o{ AuthEvent : references
    Workspace ||--o{ AuthEvent : has
    IdentityLink ||--o{ AuthEvent : has
    ChatMessage ||--o{ ChatMessage : references
    ChatThread ||--o{ ChatMessage : has
    User ||--o{ ChatThread : has
    Workspace ||--o{ ChatThread : has
    User ||--o{ CommitContributor : has
    GitCommit ||--o{ CommitFileChange : has
    Workspace ||--o{ ConfigAuditEvent : has
    Account ||--o{ ConfigAuditEvent : actor_account_id
    Account ||--o{ ConfigAuditEvent : acting_account_id
    Connection ||--o{ ConnectionAudit : has
    User ||--o{ Discussion : authored_by
    DiscussionCategory ||--o{ Discussion : has
    User ||--o{ Discussion : references
    Discussion ||--o{ DiscussionComment : commented_on
    User ||--o{ DiscussionComment : commented_on
    DiscussionComment ||--o{ DiscussionComment : commented_on
    Workspace ||--o{ Feedback : has
    User ||--o{ Feedback : recipient_user_id
    User ||--o{ Feedback : about_user_id
    Feedback ||--o{ Feedback : references
    Feedback ||--o{ FeedbackPlacement : has
    ChatMessage ||--o{ FeedbackPlacement : has
    User ||--o{ GitCommit : authored_by
    User ||--o{ GitCommit : references
    Account ||--o{ IdentityLink : has
    IdentityProvider ||--o{ IdentityLink : references
    User ||--o{ Issue : authored_by
    Milestone ||--o{ Issue : has
    User ||--o{ Issue : merged_by
    Issue ||--o{ Issue : has
    IssueType ||--o{ Issue : has
    User ||--o{ IssueComment : commented_on
    Issue ||--o{ IssueComment : commented_on
    Organization ||--o{ IssueType : has
    Account ||--o{ IssuedJwt : has
    LlmModel ||--o{ LlmModelPrice : has
    Workspace ||--o{ LlmUsageEvent : has
    ChatThread ||--o{ MentorSlackThread : has
    User ||--o{ Milestone : created_by
    Practice ||--o{ Observation : has
    User ||--o{ Observation : has
    PracticeRevision ||--o{ Observation : has
    Workspace ||--o{ OutlineDocumentEvent : has
    Connection ||--o{ OutlineDocumentEvent : has
    PracticeArea ||--o{ Practice : has
    User ||--o{ Project : created_by
    Issue ||--o{ ProjectItem : has
    User ||--o{ ProjectItem : created_by
    Project ||--o{ ProjectStatusUpdate : has
    User ||--o{ ProjectStatusUpdate : created_by
    User ||--o{ PullRequestReview : reviewed
    Issue ||--o{ PullRequestReview : reviewed
    User ||--o{ PullRequestReviewComment : commented_on
    Issue ||--o{ PullRequestReviewComment : commented_on
    PullRequestReview ||--o{ PullRequestReviewComment : commented_on
    PullRequestReviewThread ||--o{ PullRequestReviewComment : commented_on
    PullRequestReviewComment ||--o{ PullRequestReviewComment : commented_on
    Issue ||--o{ PullRequestReviewThread : reviewed
    User ||--o{ PullRequestReviewThread : reviewed
    User ||--o{ Reaction : has
    Feedback ||--o{ Reaction : has
    Organization ||--o{ Repository : has
    Workspace ||--o{ RepositoryToMonitor : monitors
    Workspace ||--o{ SlackChannelConsentEvent : has
    User ||--o{ SlackChannelConsentEvent : has
    User ||--o{ SlackMessage : authored_by
    Workspace ||--o{ SyncJob : has
    Connection ||--o{ SyncJob : references
    Connection ||--o{ SyncJob : connection_id
    Connection ||--o{ SyncJob : connection_id
    AgentConfig ||--o{ Workspace : practice_config_id
    AgentConfig ||--o{ Workspace : mentor_config_id
    WorkspaceLlmConnection ||--o{ WorkspaceLlmModel : connection_id
    WorkspaceLlmConnection ||--o{ WorkspaceLlmModel : connection_id
    Workspace ||--o{ WorkspaceSlugHistory : has

    %% Many-to-Many relationships
    GitCommit }o--o{ CommitPullRequest : has
    Issue }o--o{ CommitPullRequest : references
    Connection }o--o{ ConnectionActivity : has
    Workspace }o--o{ ConnectionActivity : has
    Discussion }o--o{ DiscussionLabel : labeled
    Label }o--o{ DiscussionLabel : labeled
    Feedback }o--o{ FeedbackObservation : has
    Observation }o--o{ FeedbackObservation : has
    Issue }o--o{ IssueAssignee : assigned_to
    User }o--o{ IssueAssignee : assigned_to
    Issue }o--o{ IssueBlocking : blocked_issue_id
    Issue }o--o{ IssueBlocking : blocking_issue_id
    Issue }o--o{ IssueLabel : labeled
    Label }o--o{ IssueLabel : labeled
    LlmModel }o--o{ LlmModelWorkspaceGrant : has
    Workspace }o--o{ LlmModelWorkspaceGrant : has
    Issue }o--o{ PullRequestRequestedReviewer : reviewed
    User }o--o{ PullRequestRequestedReviewer : reviewed
    Repository }o--o{ RepositoryCollaborator : has
    User }o--o{ RepositoryCollaborator : has
    User }o--o{ TeamMembership : belongs_to
    Team }o--o{ TeamMembership : belongs_to
    Repository }o--o{ TeamRepositoryPermission : has
    Team }o--o{ TeamRepositoryPermission : has
    Workspace }o--o{ WorkspaceTeamLabelFilter : labeled
    Team }o--o{ WorkspaceTeamLabelFilter : labeled
    Label }o--o{ WorkspaceTeamLabelFilter : labeled
    Workspace }o--o{ WorkspaceTeamRepositorySetting : has
    Team }o--o{ WorkspaceTeamRepositorySetting : has
    Repository }o--o{ WorkspaceTeamRepositorySetting : has
    Workspace }o--o{ WorkspaceTeamSetting : has
    Team }o--o{ WorkspaceTeamSetting : has

    %% Styling
    classDef primaryEntity fill:#e1f5fe,stroke:#01579b,stroke-width:2px
    classDef associationEntity fill:#f3e5f5,stroke:#4a148c,stroke-width:2px
    classDef metadataEntity fill:#e8f5e8,stroke:#1b5e20,stroke-width:2px

    class Issue primaryEntity
    class IssueAssignee associationEntity
    class IssueLabel associationEntity
    class Label primaryEntity
    class Milestone primaryEntity
    class PullRequestRequestedReviewer associationEntity
    class Repository primaryEntity
    class RepositoryToMonitor metadataEntity
    class Team primaryEntity
    class User primaryEntity
    class Workspace primaryEntity
